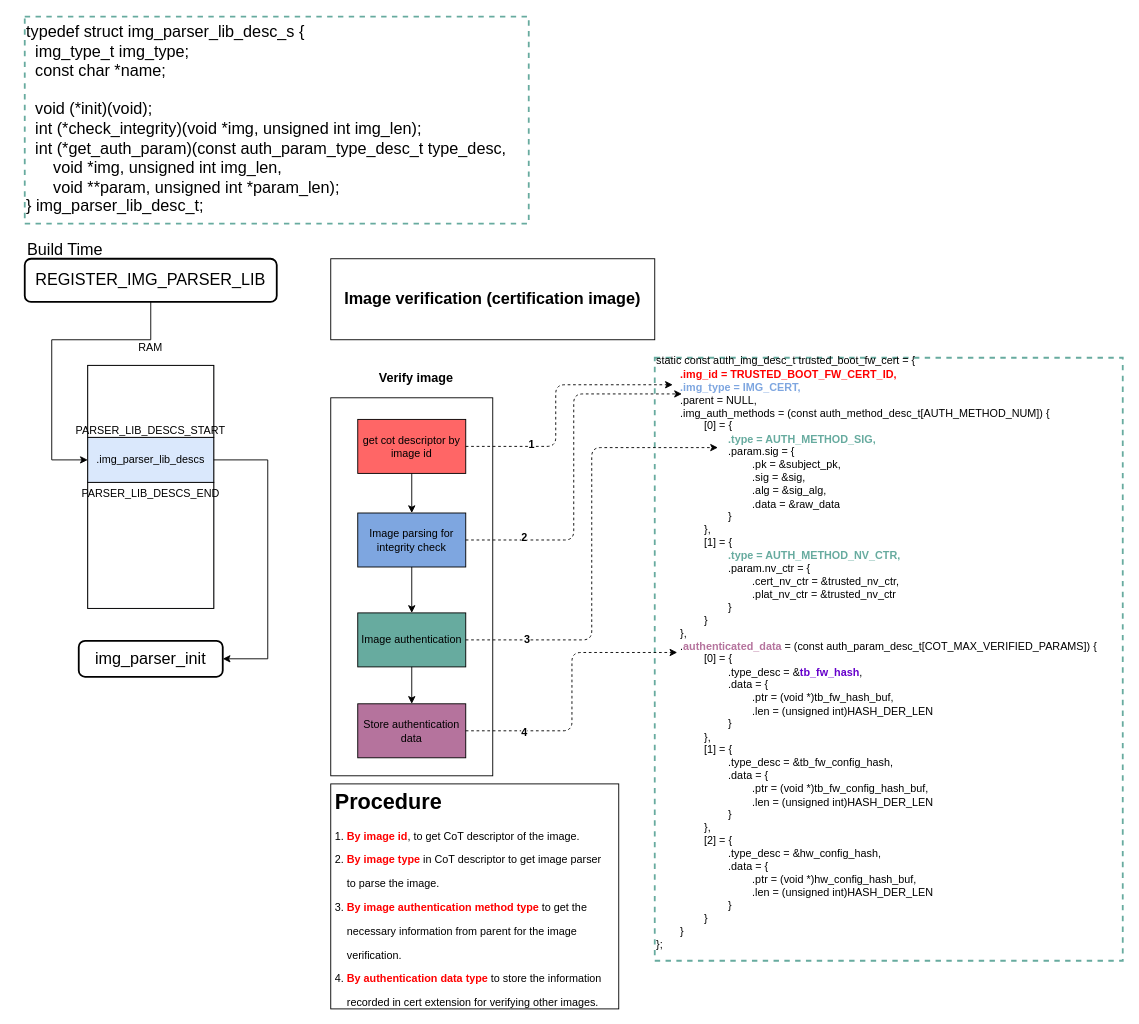
The draw.io diagram page "REGISTER_IMG_PARSER_LIB" (4 of 7) of mbedx509_parser.drawio in daichin/secureboot, before the edit. Source tidied: cells renumbered, new cells numbered last; positions are measured from the earlier drawing's top-left corner, leaving out a move shared by most shapes. Both pictures are drawn from the tidied source at 90%, with x=0, y=0 at pixel (15, 16).
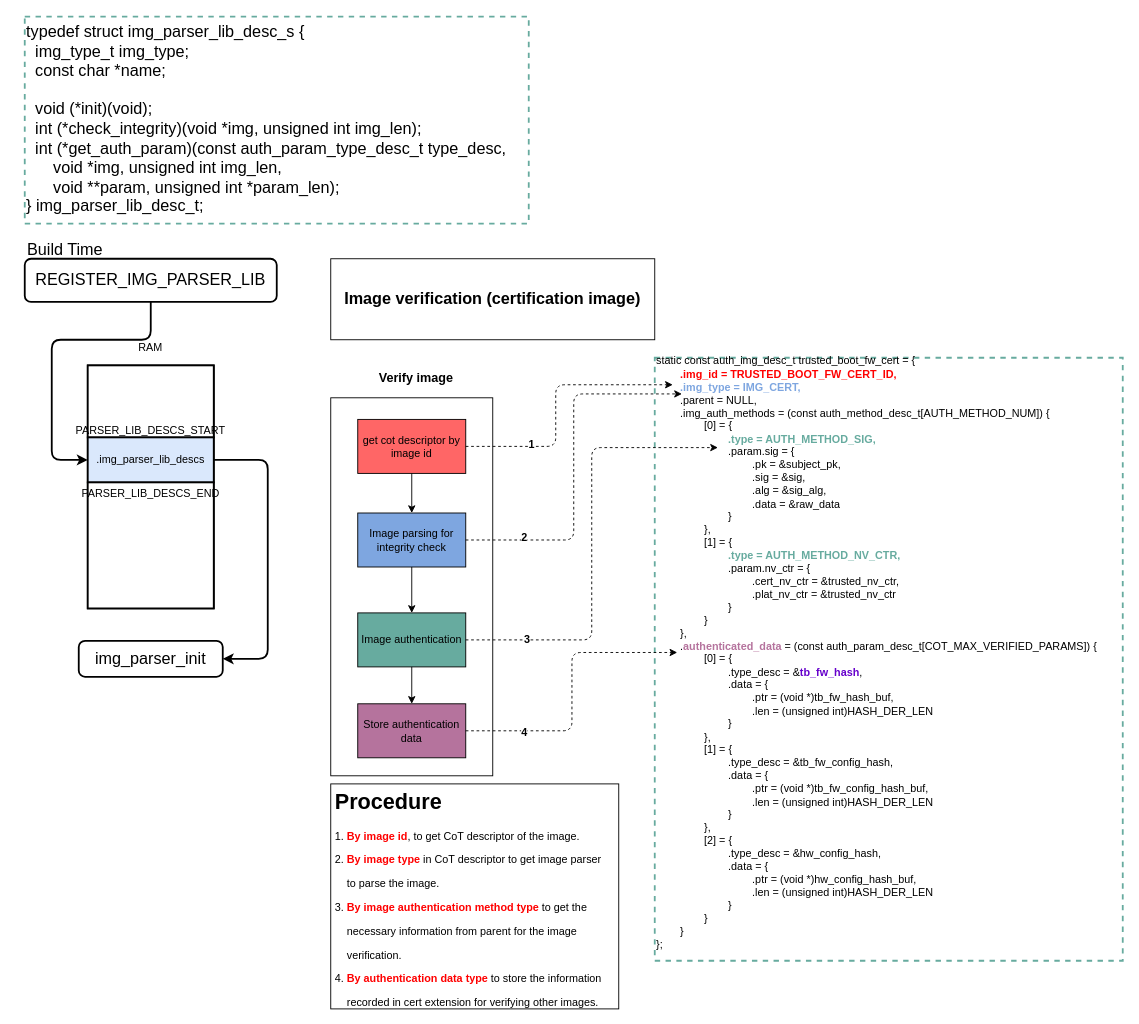
The same page after the edit.

The change refers to these unchanged cells:
```xml
<mxCell id="26" value="REGISTER_IMG_PARSER_LIB" style="rounded=1;whiteSpace=wrap;html=1;absoluteArcSize=1;arcSize=14;strokeWidth=2;fontSize=18;align=center;" parent="1" vertex="1">
  <mxGeometry x="10" y="269" width="280" height="48" as="geometry" />
</mxCell>
<mxCell id="36" value="img_parser_init" style="rounded=1;whiteSpace=wrap;html=1;absoluteArcSize=1;arcSize=14;strokeWidth=2;fontSize=18;align=center;" parent="1" vertex="1">
  <mxGeometry x="70" y="693.5" width="160" height="40" as="geometry" />
</mxCell>
```

What changed in the source:
```diff
@@
-    <mxCell id="25" style="edgeStyle=orthogonalEdgeStyle;rounded=0;jettySize=auto;html=1;exitX=0.5;exitY=1;exitDx=0;exitDy=0;entryX=0;entryY=0.5;entryDx=0;entryDy=0;fontSize=18;" parent="1" edge="1" source="26" target="30">
+    <mxCell id="25" style="edgeStyle=orthogonalEdgeStyle;jettySize=auto;html=1;exitX=0.5;exitY=1;exitDx=0;exitDy=0;entryX=0;entryY=0.5;entryDx=0;entryDy=0;fontSize=18;rounded=1;strokeWidth=2;" parent="1" edge="1" source="26" target="30">
       <mxGeometry relative="1" as="geometry">
         <Array as="points">
           <mxPoint x="150" y="359" />
           <mxPoint x="40" y="359" />
           <mxPoint x="40" y="493" />
         </Array>
       </mxGeometry>
     </mxCell>
@@
-    <mxCell id="27" style="group;" parent="1" vertex="1">
+    <mxCell id="27" style="group;strokeWidth=2;strokeColor=none;" parent="1" vertex="1">
       <mxGeometry x="80" y="357.5" width="140" height="300" as="geometry" />
     </mxCell>
-    <mxCell id="28" style="group;fillColor=#dae8fc;strokeColor=#000000;" parent="27" vertex="1">
+    <mxCell id="28" style="group;fillColor=#dae8fc;strokeColor=#000000;strokeWidth=2;" parent="27" vertex="1">
       <mxGeometry y="30" width="140" height="270" as="geometry" />
     </mxCell>
-    <mxCell id="29" style="rounded=0;whiteSpace=wrap;html=1;strokeColor=#000000;align=center;" parent="28" vertex="1">
+    <mxCell id="29" style="rounded=0;whiteSpace=wrap;html=1;strokeColor=#000000;align=center;strokeWidth=2;" parent="28" vertex="1">
       <mxGeometry width="140" height="80" as="geometry" />
     </mxCell>
-    <mxCell id="30" value=".img_parser_lib_descs" style="rounded=0;whiteSpace=wrap;html=1;strokeColor=#000000;align=center;fillColor=#dae8fc;" parent="28" vertex="1">
+    <mxCell id="30" value=".img_parser_lib_descs" style="rounded=0;whiteSpace=wrap;html=1;strokeColor=#000000;align=center;fillColor=#dae8fc;strokeWidth=2;" parent="28" vertex="1">
       <mxGeometry y="80" width="140" height="50" as="geometry" />
     </mxCell>
-    <mxCell id="31" style="rounded=0;whiteSpace=wrap;html=1;strokeColor=#000000;align=center;" parent="28" vertex="1">
+    <mxCell id="31" style="rounded=0;whiteSpace=wrap;html=1;strokeColor=#000000;align=center;strokeWidth=2;" parent="28" vertex="1">
       <mxGeometry y="130" width="140" height="140" as="geometry" />
     </mxCell>
@@
-    <mxCell id="37" style="edgeStyle=orthogonalEdgeStyle;rounded=0;jettySize=auto;html=1;exitX=1;exitY=0.5;exitDx=0;exitDy=0;entryX=1;entryY=0.5;entryDx=0;entryDy=0;fontSize=18;" parent="1" edge="1" source="30" target="36">
+    <mxCell id="37" style="edgeStyle=orthogonalEdgeStyle;jettySize=auto;html=1;exitX=1;exitY=0.5;exitDx=0;exitDy=0;entryX=1;entryY=0.5;entryDx=0;entryDy=0;fontSize=18;rounded=1;strokeWidth=2;" parent="1" edge="1" source="30" target="36">
       <mxGeometry relative="1" as="geometry">
         <Array as="points">
           <mxPoint x="280" y="493" />
           <mxPoint x="280" y="714" />
         </Array>
       </mxGeometry>
     </mxCell>
```
